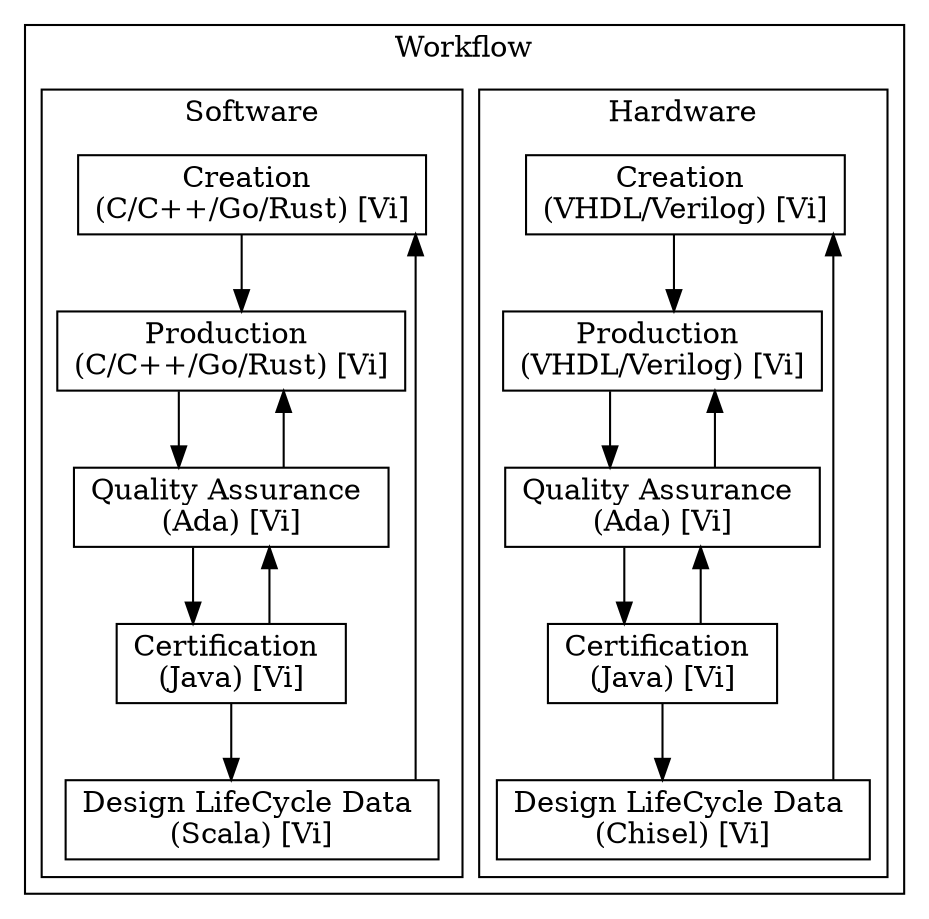
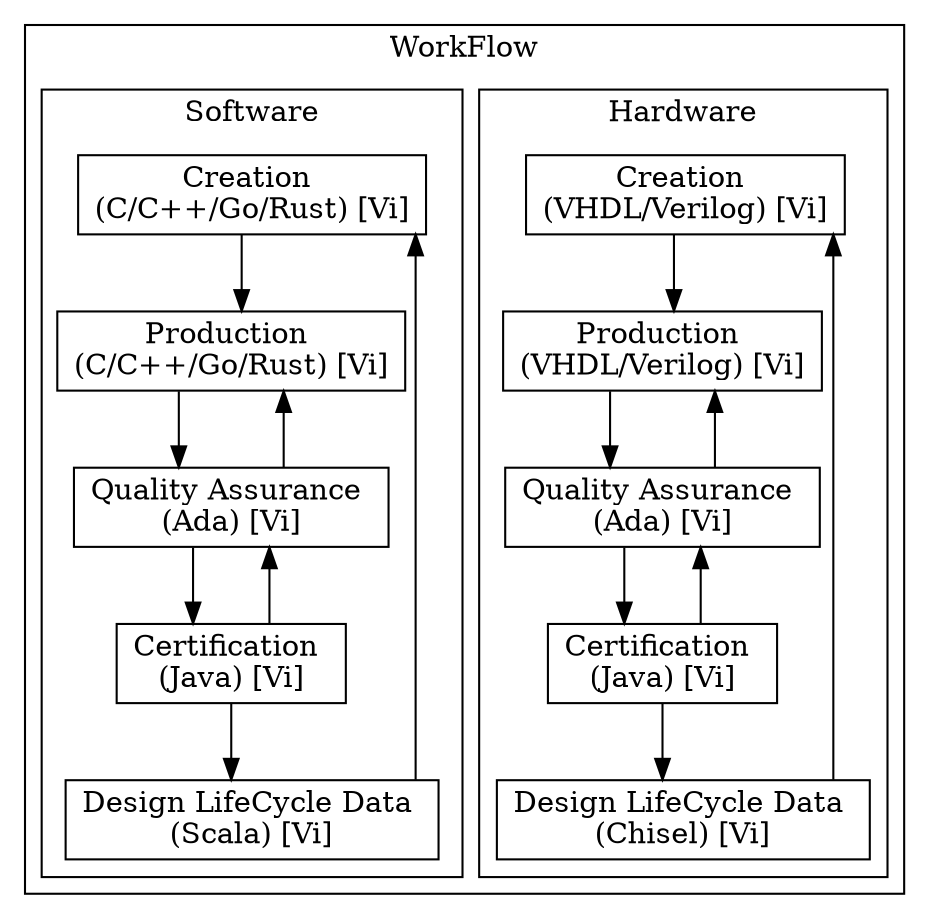
digraph Project {
  // Introduction
  graph [rankdir = TB, splines=ortho];
  node[shape=record];

  // Blocks
-   subgraph "cluster Workflow" { label = "Workflow";
+   subgraph "cluster WorkFlow" { label = "WorkFlow";
    subgraph "cluster Hardware" { label = "Hardware";
      Creation_HW[label="Creation \n(VHDL/Verilog) [Vi]"];
      Production_HW[label="Production \n(VHDL/Verilog) [Vi]"];
      Quality_HW[label="Quality Assurance \n(Ada) [Vi]"];
      Certification_HW[label="Certification \n(Java) [Vi]"];
      LifeCycle_HW[label="Design LifeCycle Data \n(Chisel) [Vi]"];
    }
    subgraph "cluster Software" { label = "Software";
      Creation_SW[label="Creation \n(C/C++/Go/Rust) [Vi]"];
      Production_SW[label="Production \n(C/C++/Go/Rust) [Vi]"];
      Quality_SW[label="Quality Assurance \n(Ada) [Vi]"];
      Certification_SW[label="Certification \n(Java) [Vi]"];
      LifeCycle_SW[label="Design LifeCycle Data \n(Scala) [Vi]"];
    }
  }

  // Hardware Sequence
  Creation_HW -> Production_HW;
  Production_HW -> Quality_HW;
  Quality_HW -> Certification_HW;
  Certification_HW -> LifeCycle_HW;
  LifeCycle_HW -> Creation_HW;

  // Hardware Feedback
  Quality_HW -> Production_HW;
  Certification_HW -> Quality_HW;

  // Software Sequence
  Creation_SW -> Production_SW;
  Production_SW -> Quality_SW;
  Quality_SW -> Certification_SW;
  Certification_SW -> LifeCycle_SW;
  LifeCycle_SW -> Creation_SW;

  // Software Feedback
  Quality_SW -> Production_SW;
  Certification_SW -> Quality_SW;
}
